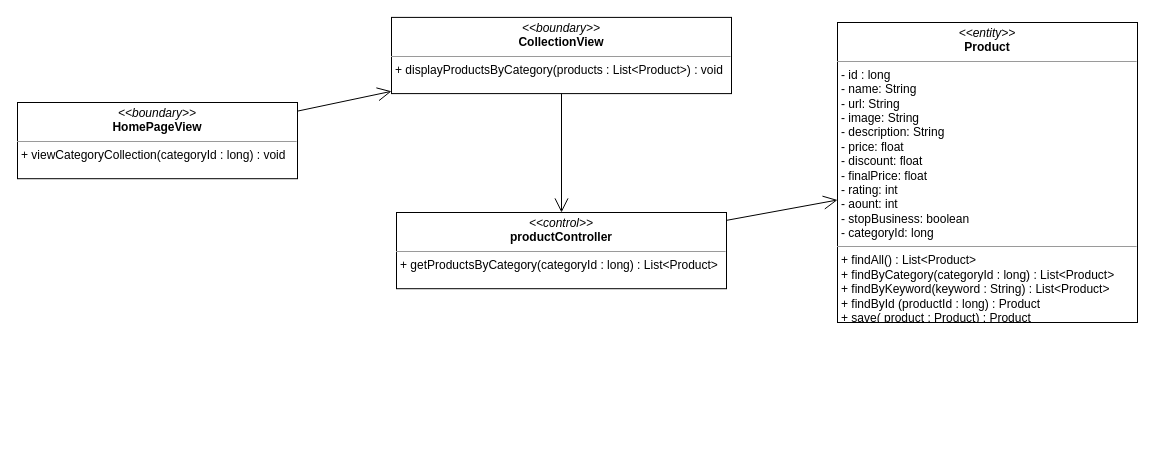
nguyenphamvan/datn_20202 keeps this draw.io diagram as class diagram/get-product-by-category-class-digram.drawio. Above is the earlier version. Source tidied: cells renumbered, new cells numbered last; positions are measured from the earlier drawing's top-left corner, leaving out a move shared by most shapes. Both pictures are drawn from the tidied source at 100%, with x=0, y=0 at pixel (17, 17).
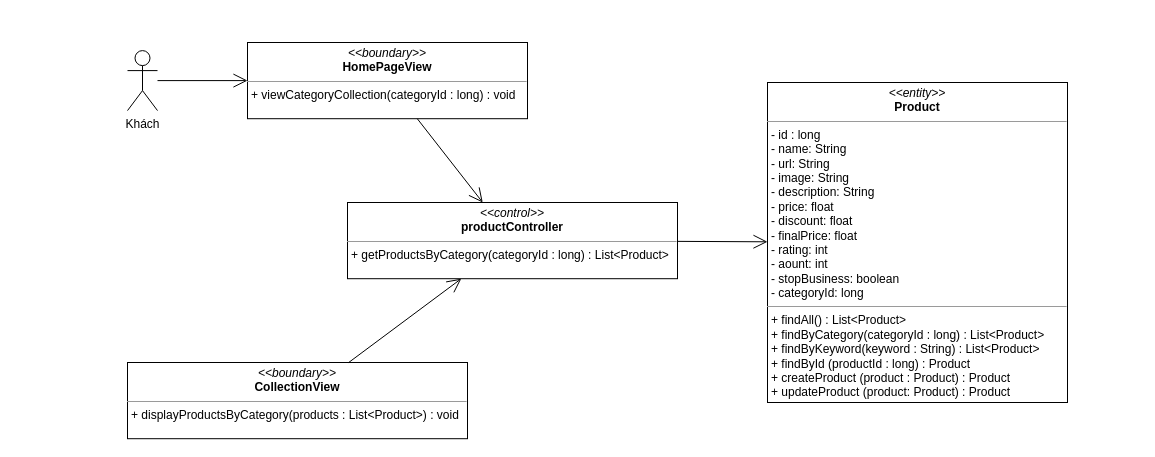
The same diagram, later.

What changed in the source:
```diff
@@
 <mxGraphModel>
   <root>
     <mxCell id="0" />
     <mxCell id="1" parent="0" />
     <mxCell id="2" value="&lt;p style=&quot;margin: 0px ; margin-top: 4px ; text-align: center&quot;&gt;&lt;i&gt;&amp;lt;&amp;lt;boundary&amp;gt;&amp;gt;&lt;/i&gt;&lt;br&gt;&lt;b&gt;CollectionView&lt;/b&gt;&lt;/p&gt;&lt;hr size=&quot;1&quot;&gt;&lt;p style=&quot;margin: 0px ; margin-left: 4px&quot;&gt;&lt;span&gt;+ displayProductsByCategory(products : List&amp;lt;Product&amp;gt;) : void&lt;/span&gt;&lt;br&gt;&lt;/p&gt;" style="verticalAlign=top;align=left;overflow=fill;fontSize=12;fontFamily=Helvetica;html=1;" parent="1" vertex="1">
-      <mxGeometry x="374" y="-0.1" width="340" height="76.2" as="geometry" />
+      <mxGeometry x="110" y="345" width="340" height="76.2" as="geometry" />
     </mxCell>
-    <mxCell id="3" value="&lt;p style=&quot;margin: 0px ; margin-top: 4px ; text-align: center&quot;&gt;&lt;i&gt;&amp;lt;&amp;lt;entity&amp;gt;&amp;gt;&lt;/i&gt;&lt;br&gt;&lt;b&gt;Product&lt;/b&gt;&lt;/p&gt;&lt;hr size=&quot;1&quot;&gt;&lt;p style=&quot;margin: 0px ; margin-left: 4px&quot;&gt;- id : long&lt;/p&gt;&lt;p style=&quot;margin: 0px ; margin-left: 4px&quot;&gt;- name: String&lt;br&gt;- url: String&lt;/p&gt;&lt;p style=&quot;margin: 0px ; margin-left: 4px&quot;&gt;- image: String&lt;/p&gt;&lt;p style=&quot;margin: 0px ; margin-left: 4px&quot;&gt;- description: String&lt;/p&gt;&lt;p style=&quot;margin: 0px ; margin-left: 4px&quot;&gt;- price: float&lt;/p&gt;&lt;p style=&quot;margin: 0px ; margin-left: 4px&quot;&gt;- discount: float&lt;/p&gt;&lt;p style=&quot;margin: 0px ; margin-left: 4px&quot;&gt;- finalPrice: float&lt;/p&gt;&lt;p style=&quot;margin: 0px ; margin-left: 4px&quot;&gt;- rating: int&lt;/p&gt;&lt;p style=&quot;margin: 0px ; margin-left: 4px&quot;&gt;- aount: int&lt;/p&gt;&lt;p style=&quot;margin: 0px ; margin-left: 4px&quot;&gt;- stopBusiness: boolean&lt;/p&gt;&lt;p style=&quot;margin: 0px ; margin-left: 4px&quot;&gt;- categoryId: long&lt;/p&gt;&lt;hr size=&quot;1&quot;&gt;&lt;p style=&quot;margin: 0px 0px 0px 4px&quot;&gt;+ findAll() : List&amp;lt;Product&amp;gt;&lt;/p&gt;&lt;p style=&quot;margin: 0px 0px 0px 4px&quot;&gt;+ findByCategory(categoryId : long) : List&amp;lt;Product&amp;gt;&lt;/p&gt;&lt;p style=&quot;margin: 0px 0px 0px 4px&quot;&gt;+ findByKeyword(keyword : String) : List&amp;lt;Product&amp;gt;&lt;/p&gt;&lt;p style=&quot;margin: 0px 0px 0px 4px&quot;&gt;+ findById (productId : long) : Product&lt;/p&gt;&lt;p style=&quot;margin: 0px 0px 0px 4px&quot;&gt;+ save( product : Product) : Product&lt;/p&gt;" style="verticalAlign=top;align=left;overflow=fill;fontSize=12;fontFamily=Helvetica;html=1;" parent="1" vertex="1">
-      <mxGeometry x="820" y="5" width="300" height="300" as="geometry" />
+    <mxCell id="3" value="&lt;p style=&quot;margin: 0px ; margin-top: 4px ; text-align: center&quot;&gt;&lt;i&gt;&amp;lt;&amp;lt;entity&amp;gt;&amp;gt;&lt;/i&gt;&lt;br&gt;&lt;b&gt;Product&lt;/b&gt;&lt;/p&gt;&lt;hr size=&quot;1&quot;&gt;&lt;p style=&quot;margin: 0px ; margin-left: 4px&quot;&gt;- id : long&lt;/p&gt;&lt;p style=&quot;margin: 0px ; margin-left: 4px&quot;&gt;- name: String&lt;br&gt;- url: String&lt;/p&gt;&lt;p style=&quot;margin: 0px ; margin-left: 4px&quot;&gt;- image: String&lt;/p&gt;&lt;p style=&quot;margin: 0px ; margin-left: 4px&quot;&gt;- description: String&lt;/p&gt;&lt;p style=&quot;margin: 0px ; margin-left: 4px&quot;&gt;- price: float&lt;/p&gt;&lt;p style=&quot;margin: 0px ; margin-left: 4px&quot;&gt;- discount: float&lt;/p&gt;&lt;p style=&quot;margin: 0px ; margin-left: 4px&quot;&gt;- finalPrice: float&lt;/p&gt;&lt;p style=&quot;margin: 0px ; margin-left: 4px&quot;&gt;- rating: int&lt;/p&gt;&lt;p style=&quot;margin: 0px ; margin-left: 4px&quot;&gt;- aount: int&lt;/p&gt;&lt;p style=&quot;margin: 0px ; margin-left: 4px&quot;&gt;- stopBusiness: boolean&lt;/p&gt;&lt;p style=&quot;margin: 0px ; margin-left: 4px&quot;&gt;- categoryId: long&lt;/p&gt;&lt;hr size=&quot;1&quot;&gt;&lt;p style=&quot;margin: 0px 0px 0px 4px&quot;&gt;+ findAll() : List&amp;lt;Product&amp;gt;&lt;/p&gt;&lt;p style=&quot;margin: 0px 0px 0px 4px&quot;&gt;+ findByCategory(categoryId : long) : List&amp;lt;Product&amp;gt;&lt;/p&gt;&lt;p style=&quot;margin: 0px 0px 0px 4px&quot;&gt;+ findByKeyword(keyword : String) : List&amp;lt;Product&amp;gt;&lt;/p&gt;&lt;p style=&quot;margin: 0px 0px 0px 4px&quot;&gt;+ findById (productId : long) : Product&lt;/p&gt;&lt;p style=&quot;margin: 0px 0px 0px 4px&quot;&gt;+ createProduct (product : Product) : Product&lt;/p&gt;&lt;p style=&quot;margin: 0px 0px 0px 4px&quot;&gt;+ updateProduct (product: Product) : Product&lt;/p&gt;" style="verticalAlign=top;align=left;overflow=fill;fontSize=12;fontFamily=Helvetica;html=1;" parent="1" vertex="1">
+      <mxGeometry x="750" y="65" width="300" height="320" as="geometry" />
     </mxCell>
     <mxCell id="4" style="endArrow=open;endFill=1;endSize=12;html=1;" parent="1" edge="1" source="5" target="3">
       <mxGeometry relative="1" as="geometry" />
     </mxCell>
     <mxCell id="5" value="&lt;p style=&quot;margin: 0px ; margin-top: 4px ; text-align: center&quot;&gt;&lt;i&gt;&amp;lt;&amp;lt;control&amp;gt;&amp;gt;&lt;/i&gt;&lt;br&gt;&lt;b&gt;productController&lt;/b&gt;&lt;/p&gt;&lt;hr size=&quot;1&quot;&gt;&lt;p style=&quot;margin: 0px ; margin-left: 4px&quot;&gt;&lt;span&gt;+ getProductsByCategory(categoryId : long) : List&amp;lt;Product&amp;gt;&lt;/span&gt;&lt;br&gt;&lt;/p&gt;" style="verticalAlign=top;align=left;overflow=fill;fontSize=12;fontFamily=Helvetica;html=1;" parent="1" vertex="1">
-      <mxGeometry x="379" y="195" width="330" height="76.2" as="geometry" />
+      <mxGeometry x="330" y="185" width="330" height="76.2" as="geometry" />
     </mxCell>
     <mxCell id="6" value="&lt;p style=&quot;margin: 0px ; margin-top: 4px ; text-align: center&quot;&gt;&lt;i&gt;&amp;lt;&amp;lt;boundary&amp;gt;&amp;gt;&lt;/i&gt;&lt;br&gt;&lt;b&gt;HomePageView&lt;/b&gt;&lt;/p&gt;&lt;hr size=&quot;1&quot;&gt;&lt;p style=&quot;margin: 0px ; margin-left: 4px&quot;&gt;&lt;span&gt;+ viewCategoryCollection(categoryId : long) : void&lt;/span&gt;&lt;/p&gt;" style="verticalAlign=top;align=left;overflow=fill;fontSize=12;fontFamily=Helvetica;html=1;" parent="1" vertex="1">
-      <mxGeometry y="85" width="280" height="76.2" as="geometry" />
+      <mxGeometry x="230" y="25" width="280" height="76.2" as="geometry" />
     </mxCell>
-    <mxCell id="7" style="endArrow=open;endFill=1;endSize=12;html=1;" parent="1" edge="1" source="6" target="2">
+    <mxCell id="7" style="endArrow=open;endFill=1;endSize=12;html=1;" parent="1" edge="1" source="6" target="5">
       <mxGeometry relative="1" as="geometry" />
     </mxCell>
     <mxCell id="8" style="endArrow=open;endFill=1;endSize=12;html=1;" parent="1" edge="1" source="2" target="5">
       <mxGeometry relative="1" as="geometry" />
     </mxCell>
+    <mxCell id="9" value="Khách&lt;br&gt;" style="shape=umlActor;verticalLabelPosition=bottom;verticalAlign=top;html=1;" parent="1" vertex="1">
+      <mxGeometry x="110" y="33.1" width="30" height="60" as="geometry" />
+    </mxCell>
+    <mxCell id="10" style="endArrow=open;endFill=1;endSize=12;html=1;entryX=0;entryY=0.5;entryDx=0;entryDy=0;" parent="1" edge="1" source="9" target="6">
+      <mxGeometry relative="1" as="geometry" />
+    </mxCell>
   </root>
 </mxGraphModel>
```
